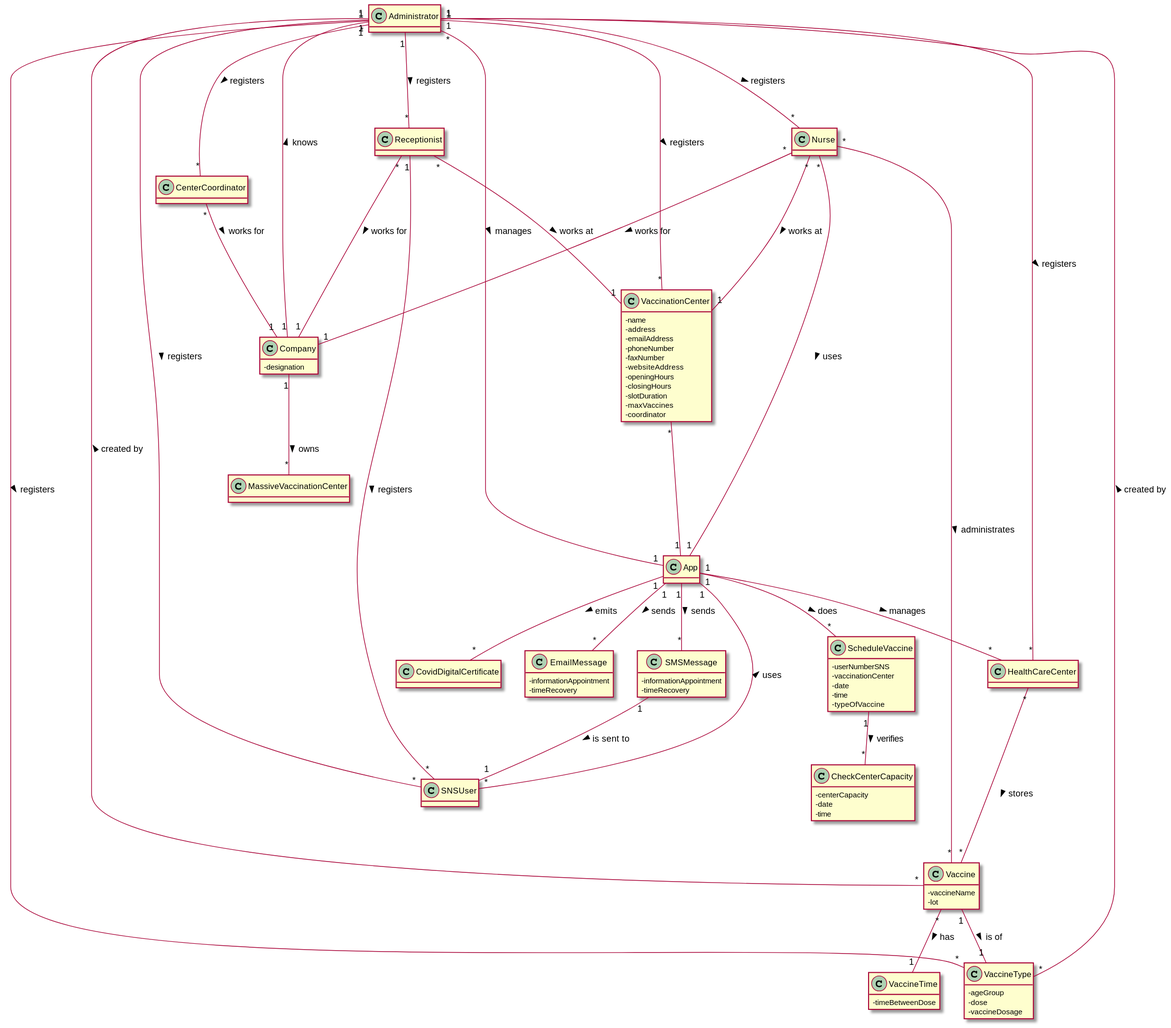
Above: docs/SprintB/Domain Model/DM.svg in PedroMesquita1211171/VaccinationManager (PlantUML), before the change.
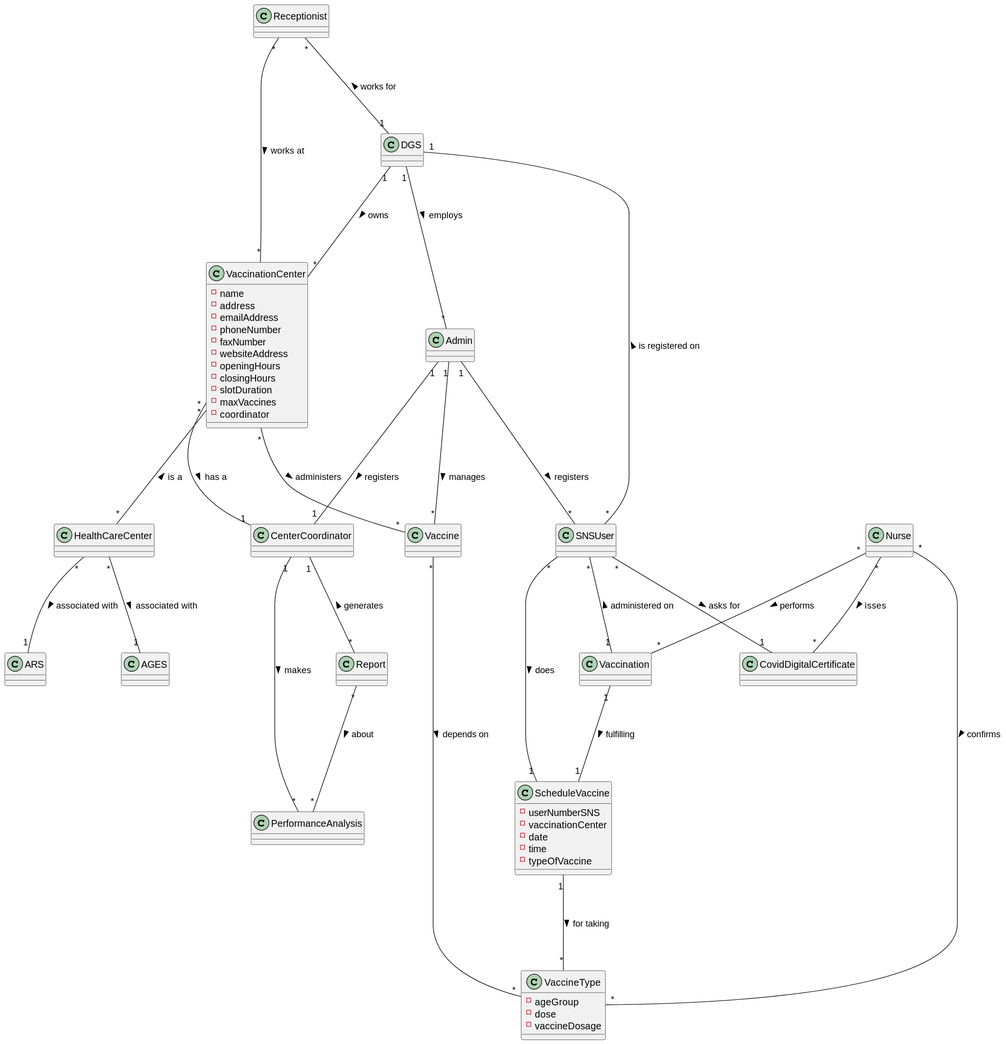
The same file after the commit.

Diff of the diagram source:
```diff
@@ -1,78 +1,17 @@
 @startuml
-skinparam classAttributeIconSize 0
-hide methods
 
-class Administrator{
+class SNSUser{}
+class VaccineType{
+ - ageGroup
+ - dose
+ - vaccineDosage
 }
-
-class Nurse{
-}
-
-class SNSUser{
-}
-
-class Receptionist{
-}
-
-class CenterCoordinator{
-}
-
-class HealthCareCenter {
-}
-
-class Company {
-- designation
-}
-
-class MassiveVaccinationCenter {
-}
-
-class CovidDigitalCertificate {
-}
-
-class App{
-}
-
-class SMSMessage {
-- informationAppointment
-- timeRecovery
-}
-
-class EmailMessage {
-- informationAppointment
-- timeRecovery
-}
-
-class Vaccine {
-- vaccineName
-- lot
-}
-
-class VaccineType {
-- ageGroup
-- dose
-- vaccineDosage
-}
-
-class VaccineTime {
-- timeBetweenDose
-}
-
-class CheckCenterCapacity {
-- centerCapacity
-- date
-- time
-}
-
-class ScheduleVaccine {
-- userNumberSNS
-- vaccinationCenter
-- date
-- time
-- typeOfVaccine
-}
-
-class VaccinationCenter {
+class Vaccine{}
+class Admin{}
+class HealthCareCenter{}
+class ARS{}
+class AGES{}
+class VaccinationCenter{
   - name
   - address
   - emailAddress
@@ -85,40 +24,48 @@
   - maxVaccines
   - coordinator
 }
+class ScheduleVaccine{
+- userNumberSNS
+- vaccinationCenter
+- date
+- time
+- typeOfVaccine
+}
+class DGS{}
+class Nurse{}
+class CovidDigitalCertificate{}
+class Receptionist{}
+class Vaccination{}
+class DGS{}
+class PerformanceAnalysis{}
+class Report{}
 
-Administrator "1"---"*" Nurse : registers >
-Administrator "1"---"*" CenterCoordinator : registers >
-Administrator "1"---"*" Receptionist : registers >
-Administrator "1"---"*" SNSUser : registers >
-Administrator "1"---"*" VaccinationCenter : registers >
-Administrator "1"---"*" HealthCareCenter : registers >
-Administrator "1"---"*" VaccineType : registers >
-Administrator "*"---"1" App : manages >
-SNSUser "*"---"1" App : uses >
-VaccinationCenter "*"---"1" App
-Nurse "*"---"1" App : uses >
-Nurse "*"---"1" Company : works for >
-Nurse "*"---"*" Vaccine : administrates >
-Nurse "*"---"1" VaccinationCenter : works at >
-Receptionist "1"---"*" SNSUser : registers >
-Receptionist "*"---"1" VaccinationCenter : works at >
-Receptionist "*"---"1" Company : works for >
-CenterCoordinator "*"--"1" Company : works for >
-Company "1"--"*" MassiveVaccinationCenter : owns >
-Company "1"--"*" Administrator : knows >
-Vaccine "1"--"1" VaccineType : is of >
-Vaccine "*"--"1" VaccineTime : has >
-App "1"--"*" ScheduleVaccine : does >
-App "1"--"*" SMSMessage : sends >
-App "1"--"*" HealthCareCenter : manages >
-App "1"--"*" CovidDigitalCertificate : emits >
-App "1"--"*" EmailMessage : sends >
-ScheduleVaccine "1"--"*" CheckCenterCapacity : verifies >
-HealthCareCenter "*"---"*" Vaccine : stores >
-VaccineType "*"--"1" Administrator : created by >
-Vaccine "*"--"1" Administrator : created by >
-SMSMessage "1"--"1" SNSUser : is sent to >
 
+Admin "1"---"1" CenterCoordinator : registers >
+Admin "1"---"*" SNSUser : registers >
+Admin "1"---"*" Vaccine : manages >
+SNSUser "*"---"1" Vaccination : administered on <
+SNSUser "*"---"1" CovidDigitalCertificate : asks for >
+SNSUser "*"---"1" ScheduleVaccine : does >
+Nurse "*"---"*" CovidDigitalCertificate : isses >
+Nurse "*"---"*" Vaccination : performs >
+Nurse "*"---"*" VaccineType : confirms >
+Vaccination "1"---"1" ScheduleVaccine : fulfilling >
+ScheduleVaccine "1"---"*" VaccineType : for taking >
+Vaccine "*"---"*" VaccineType : depends on >
+VaccinationCenter "*"---"*" Vaccine : administers >
+VaccinationCenter "*"---"*" HealthCareCenter : is a <
+VaccinationCenter "*"---"1" CenterCoordinator : has a >
+DGS "1"---"*" Admin : employs >
+DGS "1"---"*" VaccinationCenter : owns >
+DGS "1"---"*" SNSUser : is registered on <
+HealthCareCenter "*"---"1" ARS : associated with >
+HealthCareCenter "*"---"1" AGES : associated with >
+Receptionist "*"---"*" VaccinationCenter : works at >
+CenterCoordinator "1"---"*" PerformanceAnalysis : makes >
+CenterCoordinator "1"---"*" Report : generates <
+Report "*"---"*" PerformanceAnalysis : about >
+Receptionist "*"---"1" DGS : works for <
 
 
 @enduml
```
